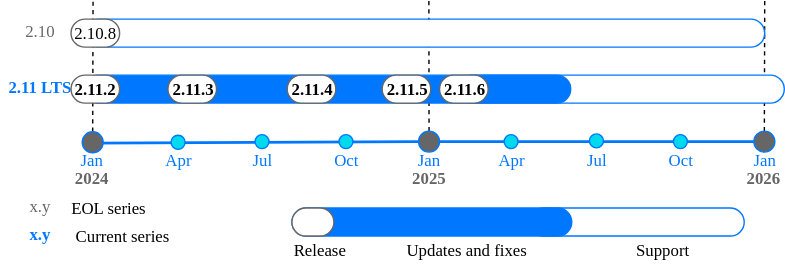
The draw.io diagram doc/release/_images/releases_calendar_2_x.svg in tarantool/doc, before a commit. Source tidied: cells renumbered, new cells last; positions are measured from the earlier drawing's top-left corner, leaving out a move shared by most shapes. Source of this version:
```xml
<mxGraphModel>
  <root>
    <mxCell id="0" />
    <mxCell id="1" parent="0" />
    <mxCell id="2" style="endArrow=none;dashed=1;html=1;strokeWidth=1;rounded=0;fontFamily=VK Sans Display;" parent="1" edge="1" source="34">
      <mxGeometry relative="1" as="geometry">
        <mxPoint x="306" as="targetPoint" />
      </mxGeometry>
    </mxCell>
    <mxCell id="3" style="rounded=1;whiteSpace=wrap;html=1;glass=0;arcSize=50;strokeColor=#0077FF;fillColor=#FFFFFF;strokeWidth=1;fontFamily=VK Sans Display;" parent="1" vertex="1">
      <mxGeometry x="378.1" y="148" width="153.2" height="20" as="geometry" />
    </mxCell>
    <mxCell id="4" style="endArrow=none;html=1;rounded=0;exitX=0.516;exitY=-0.544;exitDx=0;exitDy=0;exitPerimeter=0;strokeWidth=2;strokeColor=#0077FF;fontColor=#0077FF;fontFamily=VK Sans Display;" parent="1" edge="1" target="34">
      <mxGeometry relative="1" as="geometry">
        <mxPoint x="65.6" y="101.6" as="sourcePoint" />
      </mxGeometry>
    </mxCell>
    <mxCell id="5" style="endArrow=none;html=1;rounded=0;exitX=0.964;exitY=0.502;exitDx=0;exitDy=0;entryX=0;entryY=0.5;entryDx=0;entryDy=0;strokeWidth=2;strokeColor=#0077FF;fontColor=#0077FF;fontFamily=VK Sans Display;exitPerimeter=0;" parent="1" edge="1" source="48" target="35">
      <mxGeometry relative="1" as="geometry" />
    </mxCell>
    <mxCell id="6" style="endArrow=none;dashed=1;html=1;strokeWidth=1;rounded=0;fontFamily=VK Sans Display;" parent="1" edge="1" source="35">
      <mxGeometry relative="1" as="geometry">
        <mxPoint x="546" as="targetPoint" />
      </mxGeometry>
    </mxCell>
    <mxCell id="7" style="rounded=1;whiteSpace=wrap;html=1;glass=0;arcSize=50;strokeColor=#0077FF;fillColor=#FFFFFF;strokeWidth=1;fontFamily=VK Sans Display;" parent="1" vertex="1">
      <mxGeometry x="326.9" y="53" width="233.1" height="20" as="geometry" />
    </mxCell>
    <mxCell id="8" style="endArrow=none;dashed=1;html=1;strokeWidth=1;rounded=0;exitX=0.5;exitY=0;exitDx=0;exitDy=0;fontFamily=VK Sans Display;" parent="1" edge="1" source="12">
      <mxGeometry relative="1" as="geometry">
        <mxPoint x="66" as="targetPoint" />
      </mxGeometry>
    </mxCell>
    <mxCell id="9" style="rounded=1;whiteSpace=wrap;html=1;glass=0;arcSize=50;strokeColor=#0077FF;fillColor=#FFFFFF;strokeWidth=1;fontFamily=VK Sans Display;" parent="1" vertex="1">
      <mxGeometry x="60" y="13" width="486" height="20" as="geometry" />
    </mxCell>
    <mxCell id="10" style="endArrow=none;html=1;rounded=0;fontFamily=VK Sans Display;" parent="1" edge="1" target="30">
      <mxGeometry relative="1" as="geometry">
        <mxPoint x="57.9" y="63" as="sourcePoint" />
      </mxGeometry>
    </mxCell>
    <mxCell id="11" style="endArrow=none;html=1;rounded=0;strokeColor=#0077FF;fontColor=#0077FF;fontFamily=VK Sans Display;" parent="1" edge="1">
      <mxGeometry relative="1" as="geometry">
        <mxPoint x="66.8" y="99" as="sourcePoint" />
        <mxPoint x="66.2" y="105" as="targetPoint" />
      </mxGeometry>
    </mxCell>
    <mxCell id="12" style="ellipse;whiteSpace=wrap;html=1;strokeColor=#0077FF;fillColor=#666666;fontColor=#0077FF;fontFamily=VK Sans Display;" parent="1" vertex="1">
      <mxGeometry x="58.2" y="93.5" width="15" height="15" as="geometry" />
    </mxCell>
    <mxCell id="13" style="ellipse;whiteSpace=wrap;html=1;strokeColor=#0077FF;fillColor=#00d9ee;fontColor=#0077FF;fontFamily=VK Sans Display;" parent="1" vertex="1">
      <mxGeometry x="121.8" y="96" width="10" height="10" as="geometry" />
    </mxCell>
    <mxCell id="14" style="ellipse;whiteSpace=wrap;html=1;strokeColor=#0077FF;fillColor=#00d9ee;fontColor=#0077FF;fontFamily=VK Sans Display;" parent="1" vertex="1">
      <mxGeometry x="181.8" y="95.5" width="10" height="10" as="geometry" />
    </mxCell>
    <mxCell id="15" style="ellipse;whiteSpace=wrap;html=1;strokeColor=#0077FF;fillColor=#00d9ee;fontColor=#0077FF;fontFamily=VK Sans Display;" parent="1" vertex="1">
      <mxGeometry x="241.8" y="95.5" width="10" height="10" as="geometry" />
    </mxCell>
    <mxCell id="16" value="&lt;b&gt;2024&lt;/b&gt;" style="text;html=1;align=center;verticalAlign=middle;whiteSpace=wrap;rounded=0;fontColor=#666666;strokeColor=none;fontFamily=VK Sans Display;" parent="1" vertex="1">
      <mxGeometry x="50.2" y="122" width="30" height="10" as="geometry" />
    </mxCell>
    <mxCell id="17" style="ellipse;whiteSpace=wrap;html=1;strokeColor=#0077FF;fillColor=#00D9EE;fontColor=#0077FF;fontFamily=VK Sans Display;" parent="1" vertex="1">
      <mxGeometry x="420.8" y="95" width="10" height="10" as="geometry" />
    </mxCell>
    <mxCell id="18" style="ellipse;whiteSpace=wrap;html=1;strokeColor=#0077FF;fillColor=#00D9EE;fontColor=#0077FF;fontFamily=VK Sans Display;" parent="1" vertex="1">
      <mxGeometry x="480.8" y="95.5" width="10" height="10" as="geometry" />
    </mxCell>
    <mxCell id="19" value="&lt;b&gt;2025&lt;/b&gt;" style="text;html=1;align=center;verticalAlign=middle;whiteSpace=wrap;rounded=0;fontColor=#666666;strokeColor=none;fontFamily=VK Sans Display;" parent="1" vertex="1">
      <mxGeometry x="290.8" y="122" width="30" height="10" as="geometry" />
    </mxCell>
    <mxCell id="20" value="2026" style="text;html=1;align=center;verticalAlign=middle;whiteSpace=wrap;rounded=0;fontStyle=1;fontColor=#666666;strokeColor=none;fontFamily=VK Sans Display;" parent="1" vertex="1">
      <mxGeometry x="530" y="122" width="30" height="10" as="geometry" />
    </mxCell>
    <mxCell id="21" value="Apr" style="text;html=1;align=center;verticalAlign=middle;whiteSpace=wrap;rounded=0;fontColor=#0077FF;strokeColor=none;fontFamily=VK Sans Display;" parent="1" vertex="1">
      <mxGeometry x="116.8" y="108.5" width="20" height="10" as="geometry" />
    </mxCell>
    <mxCell id="22" value="Jul" style="text;html=1;align=center;verticalAlign=middle;whiteSpace=wrap;rounded=0;fontColor=#0077FF;strokeColor=none;fontFamily=VK Sans Display;" parent="1" vertex="1">
      <mxGeometry x="176.8" y="108.5" width="20" height="10" as="geometry" />
    </mxCell>
    <mxCell id="23" value="Oct" style="text;html=1;align=center;verticalAlign=middle;whiteSpace=wrap;rounded=0;fontColor=#0077FF;strokeColor=none;fontFamily=VK Sans Display;" parent="1" vertex="1">
      <mxGeometry x="236.8" y="108.5" width="20" height="10" as="geometry" />
    </mxCell>
    <mxCell id="24" value="Jan" style="text;html=1;align=center;verticalAlign=middle;whiteSpace=wrap;rounded=0;fontColor=#0077FF;strokeColor=none;fontFamily=VK Sans Display;" parent="1" vertex="1">
      <mxGeometry x="295.8" y="108.5" width="20" height="10" as="geometry" />
    </mxCell>
    <mxCell id="25" value="Apr" style="text;html=1;align=center;verticalAlign=middle;whiteSpace=wrap;rounded=0;fontColor=#0077FF;strokeColor=none;fontFamily=VK Sans Display;" parent="1" vertex="1">
      <mxGeometry x="354.8" y="108.5" width="20" height="10" as="geometry" />
    </mxCell>
    <mxCell id="26" value="Jul" style="text;html=1;align=center;verticalAlign=middle;whiteSpace=wrap;rounded=0;fontColor=#0077FF;strokeColor=none;fontFamily=VK Sans Display;" parent="1" vertex="1">
      <mxGeometry x="415.8" y="108.5" width="20" height="10" as="geometry" />
    </mxCell>
    <mxCell id="27" value="Oct" style="text;html=1;align=center;verticalAlign=middle;whiteSpace=wrap;rounded=0;fontColor=#0077FF;strokeColor=none;fontFamily=VK Sans Display;" parent="1" vertex="1">
      <mxGeometry x="475.8" y="108.5" width="20" height="10" as="geometry" />
    </mxCell>
    <mxCell id="28" value="Jan" style="text;html=1;align=center;verticalAlign=middle;whiteSpace=wrap;rounded=0;fontColor=#0077FF;strokeColor=none;fontFamily=VK Sans Display;" parent="1" vertex="1">
      <mxGeometry x="535.8" y="108.5" width="20" height="10" as="geometry" />
    </mxCell>
    <mxCell id="29" value="&lt;font color=&quot;#0077ff&quot;&gt;&lt;b&gt;2.11 LTS&lt;/b&gt;&lt;/font&gt;" style="text;html=1;align=center;verticalAlign=middle;whiteSpace=wrap;rounded=0;fontFamily=VK Sans Display;" parent="1" vertex="1">
      <mxGeometry y="53" width="55.5" height="17.5" as="geometry" />
    </mxCell>
    <mxCell id="30" style="rounded=1;whiteSpace=wrap;html=1;glass=0;arcSize=50;strokeColor=#0077FF;fillColor=#0077FF;fontFamily=VK Sans Display;" parent="1" vertex="1">
      <mxGeometry x="59.5" y="53" width="347.9" height="20" as="geometry" />
    </mxCell>
    <mxCell id="31" value="&lt;b&gt;2.11.2&lt;/b&gt;" style="rounded=1;whiteSpace=wrap;html=1;glass=0;arcSize=50;strokeColor=#666666;fillColor=#FFFFFF;strokeWidth=1;fontFamily=VK Sans Display;" parent="1" vertex="1">
      <mxGeometry x="50.2" y="53" width="34.8" height="20" as="geometry" />
    </mxCell>
    <mxCell id="32" value="&lt;font&gt;2.10&lt;/font&gt;" style="text;html=1;align=center;verticalAlign=middle;whiteSpace=wrap;rounded=0;fontColor=#666666;fontFamily=VK Sans Display;" parent="1" vertex="1">
      <mxGeometry x="15" y="13" width="25.5" height="17.5" as="geometry" />
    </mxCell>
    <mxCell id="33" value="&lt;span&gt;2.10.8&lt;/span&gt;" style="rounded=1;whiteSpace=wrap;html=1;glass=0;arcSize=50;strokeColor=#666666;fillColor=#FFFFFF;strokeWidth=1;fontStyle=0;fontFamily=VK Sans Display;" parent="1" vertex="1">
      <mxGeometry x="50.2" y="13" width="34.8" height="20" as="geometry" />
    </mxCell>
    <mxCell id="34" style="ellipse;whiteSpace=wrap;html=1;strokeColor=#0077FF;fillColor=#666666;fontColor=#0077FF;fontFamily=VK Sans Display;" parent="1" vertex="1">
      <mxGeometry x="298.6" y="93" width="15" height="15" as="geometry" />
    </mxCell>
    <mxCell id="35" style="ellipse;whiteSpace=wrap;html=1;strokeColor=#0077FF;fillColor=#666666;fontColor=#0077FF;fontFamily=VK Sans Display;" parent="1" vertex="1">
      <mxGeometry x="538.2" y="93" width="15" height="15" as="geometry" />
    </mxCell>
    <mxCell id="36" style="rounded=1;whiteSpace=wrap;html=1;glass=0;arcSize=50;strokeColor=#0077FF;fillColor=#0077FF;fontFamily=VK Sans Display;" parent="1" vertex="1">
      <mxGeometry x="208.1" y="148" width="200" height="20" as="geometry" />
    </mxCell>
    <mxCell id="37" style="rounded=1;whiteSpace=wrap;html=1;glass=0;arcSize=50;strokeColor=#666666;fillColor=#FFFFFF;strokeWidth=1;fontFamily=VK Sans Display;" parent="1" vertex="1">
      <mxGeometry x="208.1" y="148" width="30" height="20" as="geometry" />
    </mxCell>
    <mxCell id="38" value="Release" style="text;html=1;align=center;verticalAlign=middle;whiteSpace=wrap;rounded=0;fontFamily=VK Sans Display;" parent="1" vertex="1">
      <mxGeometry x="198.1" y="168" width="60" height="20" as="geometry" />
    </mxCell>
    <mxCell id="39" value="Updates and fixes" style="text;html=1;align=center;verticalAlign=middle;whiteSpace=wrap;rounded=0;fontFamily=VK Sans Display;" parent="1" vertex="1">
      <mxGeometry x="278.1" y="168" width="110" height="20" as="geometry" />
    </mxCell>
    <mxCell id="40" value="Support" style="text;html=1;align=center;verticalAlign=middle;whiteSpace=wrap;rounded=0;fontFamily=VK Sans Display;" parent="1" vertex="1">
      <mxGeometry x="448.1" y="168" width="50" height="20" as="geometry" />
    </mxCell>
    <mxCell id="41" value="x.y" style="text;html=1;align=center;verticalAlign=middle;whiteSpace=wrap;rounded=0;fontColor=#666666;fontFamily=VK Sans Display;" parent="1" vertex="1">
      <mxGeometry x="16.8" y="138" width="22.2" height="17.5" as="geometry" />
    </mxCell>
    <mxCell id="42" value="EOL series" style="text;html=1;align=center;verticalAlign=middle;whiteSpace=wrap;rounded=0;fontFamily=VK Sans Display;" parent="1" vertex="1">
      <mxGeometry x="36.8" y="138" width="80" height="20" as="geometry" />
    </mxCell>
    <mxCell id="43" value="&lt;font color=&quot;#0077ff&quot;&gt;&lt;b&gt;x.y&lt;/b&gt;&lt;/font&gt;" style="text;html=1;align=center;verticalAlign=middle;whiteSpace=wrap;rounded=0;fontFamily=VK Sans Display;" parent="1" vertex="1">
      <mxGeometry x="14.8" y="158" width="26" height="17.5" as="geometry" />
    </mxCell>
    <mxCell id="44" value="Current series" style="text;html=1;align=center;verticalAlign=middle;whiteSpace=wrap;rounded=0;fontFamily=VK Sans Display;" parent="1" vertex="1">
      <mxGeometry x="36.8" y="158" width="100" height="20" as="geometry" />
    </mxCell>
    <mxCell id="45" value="&lt;b&gt;2.11.3&lt;/b&gt;" style="rounded=1;whiteSpace=wrap;html=1;glass=0;arcSize=50;strokeColor=#666666;fillColor=#FFFFFF;strokeWidth=1;fontFamily=VK Sans Display;" parent="1" vertex="1">
      <mxGeometry x="119.5" y="53" width="34.8" height="20" as="geometry" />
    </mxCell>
    <mxCell id="46" style="endArrow=none;html=1;rounded=0;exitX=1;exitY=0.5;exitDx=0;exitDy=0;strokeWidth=2;strokeColor=#0077FF;fontColor=#0077FF;fontFamily=VK Sans Display;" parent="1" edge="1" source="35">
      <mxGeometry relative="1" as="geometry">
        <mxPoint x="553" y="100" as="targetPoint" />
      </mxGeometry>
    </mxCell>
    <mxCell id="47" style="endArrow=none;html=1;rounded=0;exitX=0.964;exitY=0.502;exitDx=0;exitDy=0;entryX=0;entryY=0.5;entryDx=0;entryDy=0;strokeWidth=2;strokeColor=#0077FF;fontColor=#0077FF;fontFamily=VK Sans Display;exitPerimeter=0;" parent="1" edge="1" source="34" target="48">
      <mxGeometry relative="1" as="geometry" />
    </mxCell>
    <mxCell id="48" style="ellipse;whiteSpace=wrap;html=1;strokeColor=#0077FF;fillColor=#00D9EE;fontColor=#0077FF;fontFamily=VK Sans Display;" parent="1" vertex="1">
      <mxGeometry x="359.8" y="95.5" width="10" height="10" as="geometry" />
    </mxCell>
    <mxCell id="49" value="&lt;b&gt;2.11.4&lt;/b&gt;" style="rounded=1;whiteSpace=wrap;html=1;glass=0;arcSize=50;strokeColor=#666666;fillColor=#FFFFFF;strokeWidth=1;fontFamily=VK Sans Display;" parent="1" vertex="1">
      <mxGeometry x="204.8" y="53" width="34.8" height="20" as="geometry" />
    </mxCell>
    <mxCell id="50" value="Jan" style="text;html=1;align=center;verticalAlign=middle;whiteSpace=wrap;rounded=0;fontColor=#0077FF;strokeColor=none;fontFamily=VK Sans Display;" parent="1" vertex="1">
      <mxGeometry x="55.2" y="108.5" width="20" height="10" as="geometry" />
    </mxCell>
    <mxCell id="51" value="&lt;b&gt;2.11.5&lt;/b&gt;" style="rounded=1;whiteSpace=wrap;html=1;glass=0;arcSize=50;strokeColor=#666666;fillColor=#FFFFFF;strokeWidth=1;fontFamily=VK Sans Display;" parent="1" vertex="1">
      <mxGeometry x="272.6" y="53" width="34.8" height="20" as="geometry" />
    </mxCell>
    <mxCell id="52" value="&lt;b&gt;2.11.6&lt;/b&gt;" style="rounded=1;whiteSpace=wrap;html=1;glass=0;arcSize=50;strokeColor=#666666;fillColor=#FFFFFF;strokeWidth=1;fontFamily=VK Sans Display;" parent="1" vertex="1">
      <mxGeometry x="313.6" y="53" width="34.8" height="20" as="geometry" />
    </mxCell>
  </root>
</mxGraphModel>
```
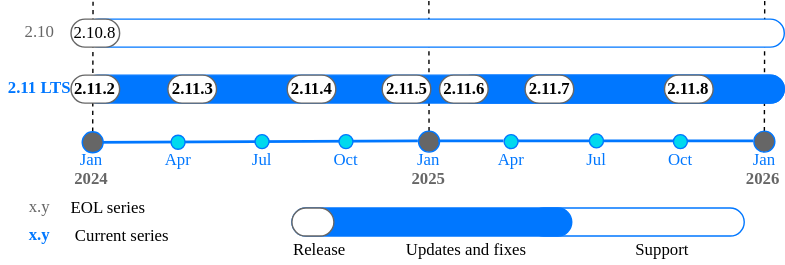
After the change.

Commit message:
Adds info on 2.11.8 to calendar

The edit, as a diff of the source:
```diff
@@ -32,7 +32,7 @@
       </mxGeometry>
     </mxCell>
     <mxCell id="9" style="rounded=1;whiteSpace=wrap;html=1;glass=0;arcSize=50;strokeColor=#0077FF;fillColor=#FFFFFF;strokeWidth=1;fontFamily=VK Sans Display;" parent="1" vertex="1">
-      <mxGeometry x="60" y="13" width="486" height="20" as="geometry" />
+      <mxGeometry x="60" y="13" width="500" height="20" as="geometry" />
     </mxCell>
     <mxCell id="10" style="endArrow=none;html=1;rounded=0;fontFamily=VK Sans Display;" parent="1" edge="1" target="30">
       <mxGeometry relative="1" as="geometry">
@@ -100,7 +100,7 @@
       <mxGeometry y="53" width="55.5" height="17.5" as="geometry" />
     </mxCell>
     <mxCell id="30" style="rounded=1;whiteSpace=wrap;html=1;glass=0;arcSize=50;strokeColor=#0077FF;fillColor=#0077FF;fontFamily=VK Sans Display;" parent="1" vertex="1">
-      <mxGeometry x="59.5" y="53" width="347.9" height="20" as="geometry" />
+      <mxGeometry x="59.5" y="53" width="500.5" height="20" as="geometry" />
     </mxCell>
     <mxCell id="31" value="&lt;b&gt;2.11.2&lt;/b&gt;" style="rounded=1;whiteSpace=wrap;html=1;glass=0;arcSize=50;strokeColor=#666666;fillColor=#FFFFFF;strokeWidth=1;fontFamily=VK Sans Display;" parent="1" vertex="1">
       <mxGeometry x="50.2" y="53" width="34.8" height="20" as="geometry" />
@@ -170,5 +170,11 @@
     <mxCell id="52" value="&lt;b&gt;2.11.6&lt;/b&gt;" style="rounded=1;whiteSpace=wrap;html=1;glass=0;arcSize=50;strokeColor=#666666;fillColor=#FFFFFF;strokeWidth=1;fontFamily=VK Sans Display;" parent="1" vertex="1">
       <mxGeometry x="313.6" y="53" width="34.8" height="20" as="geometry" />
     </mxCell>
+    <mxCell id="53" value="&lt;b&gt;2.11.7&lt;/b&gt;" style="rounded=1;whiteSpace=wrap;html=1;glass=0;arcSize=50;strokeColor=#666666;fillColor=#FFFFFF;strokeWidth=1;fontFamily=VK Sans Display;" parent="1" vertex="1">
+      <mxGeometry x="374.8" y="53" width="34.8" height="20" as="geometry" />
+    </mxCell>
+    <mxCell id="54" value="&lt;b&gt;2.11.8&lt;/b&gt;" style="rounded=1;whiteSpace=wrap;html=1;glass=0;arcSize=50;strokeColor=#666666;fillColor=#FFFFFF;strokeWidth=1;fontFamily=VK Sans Display;" parent="1" vertex="1">
+      <mxGeometry x="474.4" y="53" width="34.8" height="20" as="geometry" />
+    </mxCell>
   </root>
 </mxGraphModel>
```
